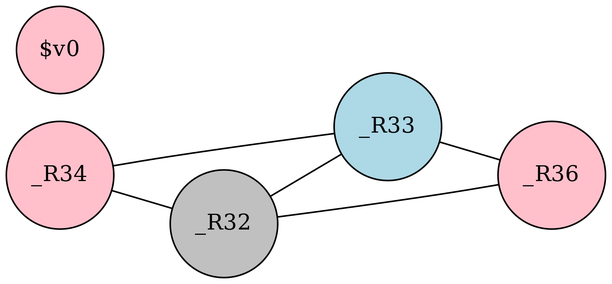
This is book/pa5/pic/gcd.png from MashPlant/decaf_doc, a Graphviz export, as it was before one commit. Its source is kept beside it as book/pa5/pic/gcd.dot. Its diagram source:
```dot
graph g {
  rankdir = LR;

  _R34 -- _R32;
  _R34 -- _R33;
  _R36 -- _R32;
  _R33 -- _R36;
  _R32 -- _R33;

  _R32 [fillcolor=gray, style=filled, shape=circle]
  _R33 [fillcolor=lightblue, style=filled, shape=circle]
  _R34 [fillcolor=pink, style=filled, shape=circle]
  _R36 [fillcolor=pink, style=filled, shape=circle]

  "$v0" [fillcolor=pink, style=filled, shape=circle]
}
```
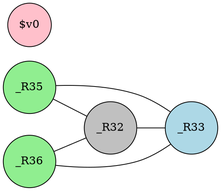
Later version of the same file.

Diff of the diagram source:
```diff
@@ -1,16 +1,16 @@
 graph g {
   rankdir = LR;
 
-  _R34 -- _R32;
-  _R34 -- _R33;
-  _R36 -- _R32;
-  _R33 -- _R36;
-  _R32 -- _R33;
+  _R35 -- _R32
+  _R33 -- _R35
+  _R32 -- _R33
+  _R36 -- _R32
+  _R36 -- _R33
 
   _R32 [fillcolor=gray, style=filled, shape=circle]
   _R33 [fillcolor=lightblue, style=filled, shape=circle]
-  _R34 [fillcolor=pink, style=filled, shape=circle]
-  _R36 [fillcolor=pink, style=filled, shape=circle]
+  _R35 [fillcolor=lightgreen, style=filled, shape=circle]
+  _R36 [fillcolor=lightgreen, style=filled, shape=circle]
 
   "$v0" [fillcolor=pink, style=filled, shape=circle]
 }
```
